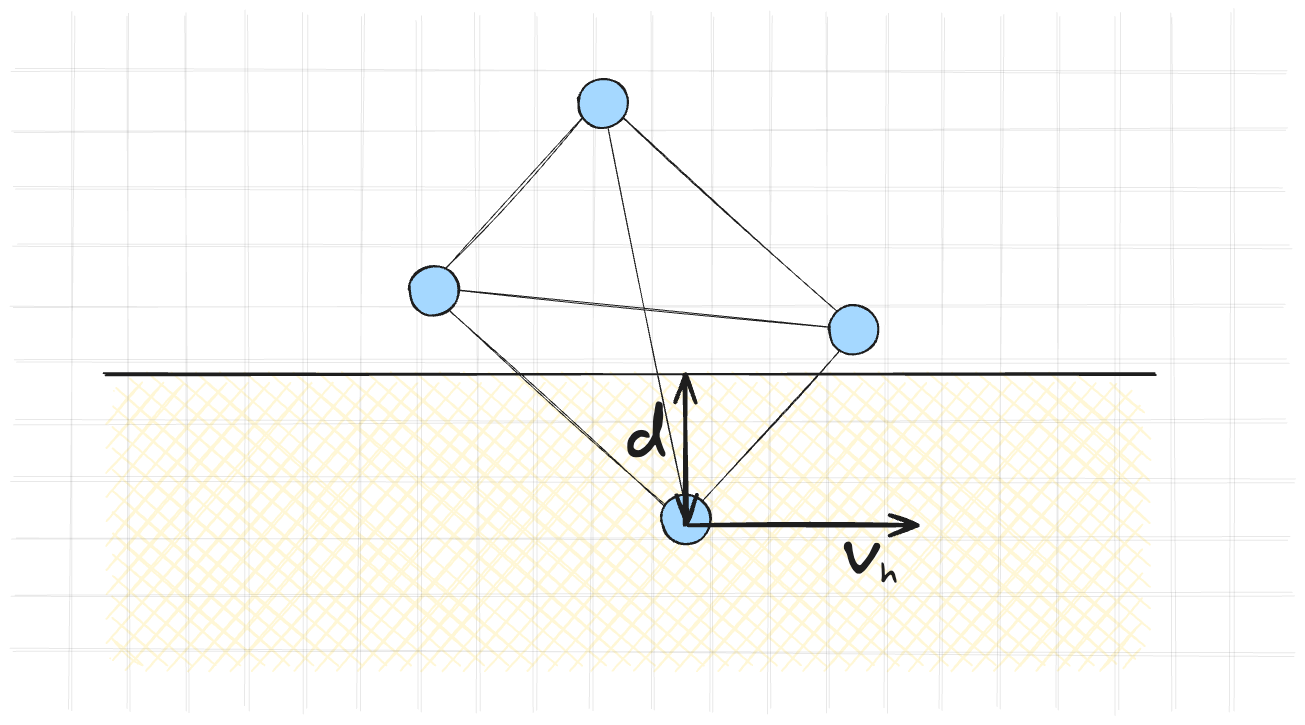
The Excalidraw diagram assets/images/constraints/hitman/friction.excalidraw.png in kozakromch/game_physics_2, before a commit. Source tidied: one line per element, renumbered; positions are measured from the earlier drawing's top-left corner, leaving out a move shared by most shapes. The source it was exported from:
```json
{"id": 0, "type": "rectangle", "strokeColor": "transparent", "backgroundColor": "#ffec99", "fillStyle": "cross-hatch", "strokeWidth": 4, "roughness": 2, "opacity": 40, "round": true, "x": 383, "y": 311, "width": 1036, "height": 288}
{"id": 1, "type": "line", "strokeColor": "#1e1e1e", "strokeWidth": 1, "roughness": 2, "opacity": 10, "round": true, "x": 290, "y": 0, "width": 1272, "height": 0, "points": [[0, 0], [1272, 0]]}
{"id": 2, "type": "line", "strokeColor": "#1e1e1e", "strokeWidth": 1, "roughness": 2, "opacity": 10, "round": true, "x": 290, "y": 349, "width": 1272, "height": 0, "points": [[0, 0], [1272, 0]]}
{"id": 3, "type": "line", "strokeColor": "#1e1e1e", "strokeWidth": 1, "roughness": 2, "opacity": 10, "round": true, "x": 290, "y": 58, "width": 1275, "height": 0, "points": [[0, 0], [1275, 0]]}
{"id": 4, "type": "line", "strokeColor": "#1e1e1e", "strokeWidth": 1, "roughness": 2, "opacity": 10, "round": true, "x": 290, "y": 407, "width": 1280, "height": 0, "points": [[0, 0], [1280, 0]]}
{"id": 5, "type": "line", "strokeColor": "#1e1e1e", "strokeWidth": 1, "roughness": 2, "opacity": 10, "round": true, "x": 290, "y": 117, "width": 1273, "height": 0, "points": [[0, 0], [1273, 0]]}
{"id": 6, "type": "line", "strokeColor": "#1e1e1e", "strokeWidth": 1, "roughness": 2, "opacity": 10, "round": true, "x": 290, "y": 464, "width": 1278, "height": 0, "points": [[0, 0], [1278, 0]]}
{"id": 7, "type": "line", "strokeColor": "#1e1e1e", "strokeWidth": 1, "roughness": 2, "opacity": 10, "round": true, "x": 290, "y": 174, "width": 1280, "height": 0, "points": [[0, 0], [1280, 0]]}
{"id": 8, "type": "line", "strokeColor": "#1e1e1e", "strokeWidth": 1, "roughness": 2, "opacity": 10, "round": true, "x": 289, "y": 522, "width": 1282, "height": 0, "points": [[0, 0], [1282, 0]]}
{"id": 9, "type": "line", "strokeColor": "#1e1e1e", "strokeWidth": 1, "roughness": 2, "opacity": 10, "round": true, "x": 290, "y": 233, "width": 1271, "height": 0, "points": [[0, 0], [1271, 0]]}
{"id": 10, "type": "line", "strokeColor": "#1e1e1e", "strokeWidth": 1, "roughness": 2, "opacity": 10, "round": true, "x": 290, "y": 580, "width": 1279, "height": 0, "points": [[0, 0], [1279, 0]]}
{"id": 11, "type": "line", "strokeColor": "#1e1e1e", "strokeWidth": 1, "roughness": 2, "opacity": 10, "round": true, "x": 291, "y": 290, "width": 1277, "height": 0, "points": [[0, 0], [1277, 0]]}
{"id": 12, "type": "line", "strokeColor": "#1e1e1e", "angle": 1.57, "strokeWidth": 1, "roughness": 2, "opacity": 10, "round": true, "x": 581, "y": 288, "width": 696, "height": 0, "points": [[0, 0], [696, 0]]}
{"id": 13, "type": "line", "strokeColor": "#1e1e1e", "angle": 1.57, "strokeWidth": 1, "roughness": 2, "opacity": 10, "round": true, "x": 233, "y": 290, "width": 696, "height": 0, "points": [[0, 0], [696, 0]]}
{"id": 14, "type": "line", "strokeColor": "#1e1e1e", "angle": 1.57, "strokeWidth": 1, "roughness": 2, "opacity": 10, "round": true, "x": 523, "y": 290, "width": 697, "height": 0, "points": [[0, 0], [697, 0]]}
{"id": 15, "type": "line", "strokeColor": "#1e1e1e", "angle": 1.57, "strokeWidth": 1, "roughness": 2, "opacity": 10, "round": true, "x": 174, "y": 290, "width": 697, "height": 0, "points": [[0, 0], [697, 0]]}
{"id": 16, "type": "line", "strokeColor": "#1e1e1e", "angle": 1.57, "strokeWidth": 1, "roughness": 2, "opacity": 10, "round": true, "x": 465, "y": 290, "width": 697, "height": 0, "points": [[0, 0], [697, 0]]}
{"id": 17, "type": "line", "strokeColor": "#1e1e1e", "angle": 1.57, "strokeWidth": 1, "roughness": 2, "opacity": 10, "round": true, "x": 116, "y": 290, "width": 697, "height": 0, "points": [[0, 0], [697, 0]]}
{"id": 18, "type": "line", "strokeColor": "#1e1e1e", "angle": 1.57, "strokeWidth": 1, "roughness": 2, "opacity": 10, "round": true, "x": 406, "y": 290, "width": 697, "height": 0, "points": [[0, 0], [697, 0]]}
{"id": 19, "type": "line", "strokeColor": "#1e1e1e", "angle": 1.57, "strokeWidth": 1, "roughness": 2, "opacity": 10, "round": true, "x": 58, "y": 290, "width": 697, "height": 0, "points": [[0, 0], [697, 0]]}
{"id": 20, "type": "line", "strokeColor": "#1e1e1e", "angle": 1.57, "strokeWidth": 1, "roughness": 2, "opacity": 10, "round": true, "x": 349, "y": 290, "width": 697, "height": 0, "points": [[0, 0], [697, 0]]}
{"id": 21, "type": "line", "strokeColor": "#1e1e1e", "angle": 1.57, "strokeWidth": 1, "roughness": 2, "opacity": 10, "round": true, "x": 0, "y": 290, "width": 697, "height": 0, "points": [[0, 0], [697, 0]]}
{"id": 22, "type": "line", "strokeColor": "#1e1e1e", "angle": 1.57, "strokeWidth": 1, "roughness": 2, "opacity": 10, "round": true, "x": 290, "y": 290, "width": 696, "height": 0, "points": [[0, 0], [696, 0]]}
{"id": 23, "type": "line", "strokeColor": "#1e1e1e", "angle": 1.57, "strokeWidth": 1, "roughness": 2, "opacity": 10, "round": true, "x": 639, "y": 290, "width": 697, "height": 0, "points": [[0, 0], [697, 0]]}
{"id": 24, "type": "line", "strokeColor": "#1e1e1e", "angle": 1.57, "strokeWidth": 1, "roughness": 2, "opacity": 10, "round": true, "x": 929, "y": 290, "width": 696, "height": 0, "points": [[0, 0], [696, 0]]}
{"id": 25, "type": "line", "strokeColor": "#1e1e1e", "angle": 1.57, "strokeWidth": 1, "roughness": 2, "opacity": 10, "round": true, "x": 871, "y": 290, "width": 697, "height": 0, "points": [[0, 0], [697, 0]]}
{"id": 26, "type": "line", "strokeColor": "#1e1e1e", "angle": 1.57, "strokeWidth": 1, "roughness": 2, "opacity": 10, "round": true, "x": 1161, "y": 290, "width": 697, "height": 0, "points": [[0, 0], [697, 0]]}
{"id": 27, "type": "line", "strokeColor": "#1e1e1e", "angle": 1.57, "strokeWidth": 1, "roughness": 2, "opacity": 10, "round": true, "x": 813, "y": 291, "width": 697, "height": 0, "points": [[0, 0], [697, 0]]}
{"id": 28, "type": "line", "strokeColor": "#1e1e1e", "angle": 1.57, "strokeWidth": 1, "roughness": 2, "opacity": 10, "round": true, "x": 1103, "y": 290, "width": 697, "height": 0, "points": [[0, 0], [697, 0]]}
{"id": 29, "type": "line", "strokeColor": "#1e1e1e", "angle": 1.57, "strokeWidth": 1, "roughness": 2, "opacity": 10, "round": true, "x": 755, "y": 290, "width": 697, "height": 0, "points": [[0, 0], [697, 0]]}
{"id": 30, "type": "line", "strokeColor": "#1e1e1e", "angle": 1.57, "strokeWidth": 1, "roughness": 2, "opacity": 10, "round": true, "x": 1045, "y": 291, "width": 697, "height": 0, "points": [[0, 0], [697, 0]]}
{"id": 31, "type": "line", "strokeColor": "#1e1e1e", "angle": 1.57, "strokeWidth": 1, "roughness": 2, "opacity": 10, "round": true, "x": 697, "y": 290, "width": 697, "height": 0, "points": [[0, 0], [697, 0]]}
{"id": 32, "type": "line", "strokeColor": "#1e1e1e", "angle": 1.57, "strokeWidth": 1, "roughness": 2, "opacity": 10, "round": true, "x": 987, "y": 290, "width": 696, "height": 0, "points": [[0, 0], [696, 0]]}
{"id": 33, "type": "rectangle", "strokeColor": "#1e1e1e", "angle": 5.45, "strokeWidth": 1, "roughness": 2, "x": 789, "y": 63, "width": 260, "height": 347}
{"id": 34, "type": "line", "strokeColor": "#1e1e1e", "strokeWidth": 2, "roughness": 1, "round": true, "x": 381, "y": 302, "width": 1052, "height": 0, "points": [[0, 0], [1052, 0]]}
{"id": 35, "type": "text", "text": "d", "strokeColor": "#1e1e1e", "strokeWidth": 2, "roughness": 1, "fontSize": 68.84, "fontFamily": 1, "x": 904, "y": 323, "width": 39, "height": 86}
{"id": 36, "type": "line", "strokeColor": "#1e1e1e", "angle": 4.84, "strokeWidth": 1, "roughness": 1, "x": 721, "y": 305, "width": 402, "height": 139, "points": [[0, 0], [402, -139]]}
{"id": 37, "type": "line", "strokeColor": "#1e1e1e", "angle": 4.84, "strokeWidth": 1, "roughness": 1, "x": 916, "y": 24, "width": 14, "height": 426, "points": [[0, 0], [14, 426]]}
{"id": 38, "type": "ellipse", "strokeColor": "#1e1e1e", "angle": 4.84, "backgroundColor": "#a5d8ff", "fillStyle": "solid", "strokeWidth": 2, "roughness": 1, "x": 1106, "y": 233, "width": 50, "height": 50}
{"id": 39, "type": "ellipse", "strokeColor": "#1e1e1e", "angle": 4.84, "backgroundColor": "#a5d8ff", "fillStyle": "solid", "strokeWidth": 2, "roughness": 1, "x": 938, "y": 422, "width": 50, "height": 50}
{"id": 40, "type": "ellipse", "strokeColor": "#1e1e1e", "angle": 4.84, "backgroundColor": "#a5d8ff", "fillStyle": "solid", "strokeWidth": 2, "roughness": 1, "x": 686, "y": 193, "width": 50, "height": 50}
{"id": 41, "type": "ellipse", "strokeColor": "#1e1e1e", "angle": 4.84, "backgroundColor": "#a5d8ff", "fillStyle": "solid", "strokeWidth": 2, "roughness": 1, "x": 855, "y": 6, "width": 50, "height": 50}
{"id": 42, "type": "arrow", "strokeColor": "#1e1e1e", "strokeWidth": 4, "roughness": 1, "startArrowhead": "arrow", "endArrowhead": "arrow", "round": true, "from": 0, "to": 33, "x": 962, "y": 303, "width": 0, "height": 149, "points": [[0, 0], [0, 149]]}
{"id": 43, "type": "arrow", "strokeColor": "#1e1e1e", "strokeWidth": 4, "roughness": 1, "endArrowhead": "arrow", "from": 33, "x": 965, "y": 453, "width": 230, "height": 0, "points": [[0, 0], [230, 0]]}
{"id": 44, "type": "text", "text": "v", "strokeColor": "#1e1e1e", "strokeWidth": 2, "roughness": 1, "fontSize": 68.84, "fontFamily": 1, "x": 1120, "y": 441, "width": 36, "height": 86}
{"id": 45, "type": "text", "text": "h", "strokeColor": "#1e1e1e", "strokeWidth": 2, "roughness": 1, "fontSize": 32.08, "fontFamily": 1, "x": 1158, "y": 481, "width": 16, "height": 40}
```
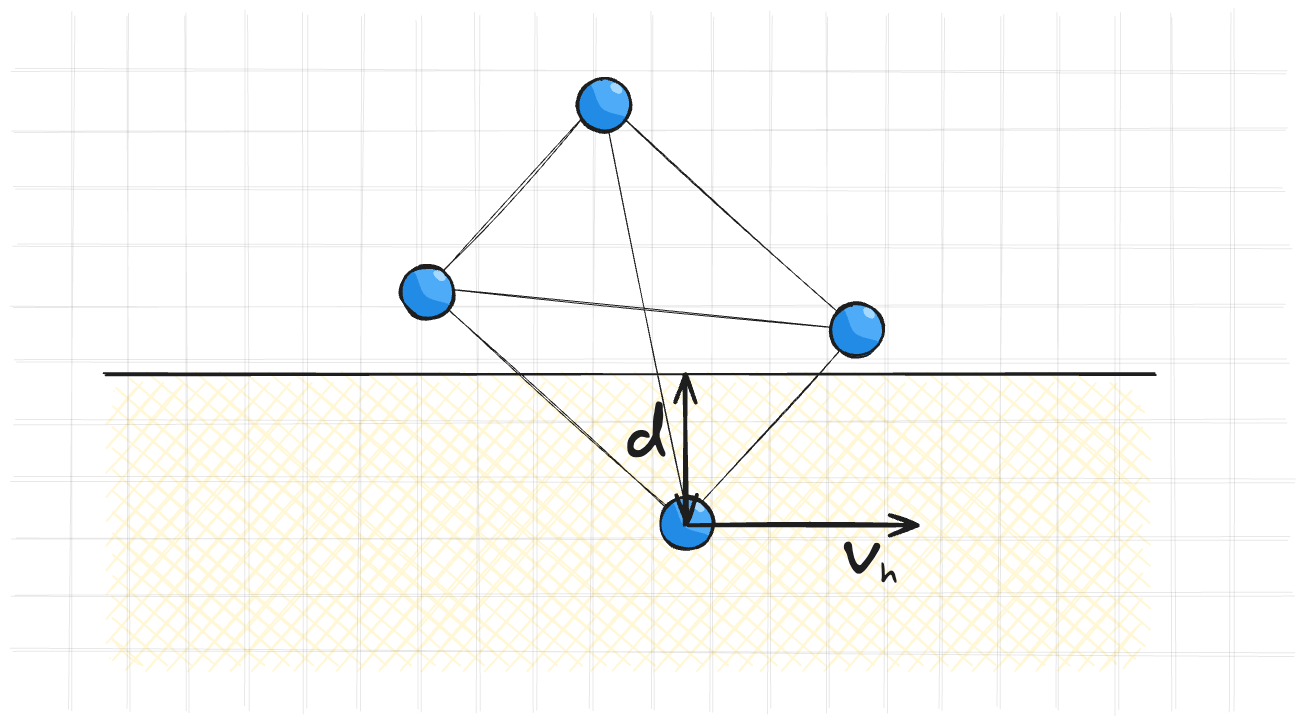
After the change.

What changed in the source:
```diff
@@ -36,11 +36,23 @@
 {"id": 35, "type": "text", "text": "d", "strokeColor": "#1e1e1e", "strokeWidth": 2, "roughness": 1, "fontSize": 68.84, "fontFamily": 1, "x": 904, "y": 323, "width": 39, "height": 86}
 {"id": 36, "type": "line", "strokeColor": "#1e1e1e", "angle": 4.84, "strokeWidth": 1, "roughness": 1, "x": 721, "y": 305, "width": 402, "height": 139, "points": [[0, 0], [402, -139]]}
 {"id": 37, "type": "line", "strokeColor": "#1e1e1e", "angle": 4.84, "strokeWidth": 1, "roughness": 1, "x": 916, "y": 24, "width": 14, "height": 426, "points": [[0, 0], [14, 426]]}
-{"id": 38, "type": "ellipse", "strokeColor": "#1e1e1e", "angle": 4.84, "backgroundColor": "#a5d8ff", "fillStyle": "solid", "strokeWidth": 2, "roughness": 1, "x": 1106, "y": 233, "width": 50, "height": 50}
-{"id": 39, "type": "ellipse", "strokeColor": "#1e1e1e", "angle": 4.84, "backgroundColor": "#a5d8ff", "fillStyle": "solid", "strokeWidth": 2, "roughness": 1, "x": 938, "y": 422, "width": 50, "height": 50}
-{"id": 40, "type": "ellipse", "strokeColor": "#1e1e1e", "angle": 4.84, "backgroundColor": "#a5d8ff", "fillStyle": "solid", "strokeWidth": 2, "roughness": 1, "x": 686, "y": 193, "width": 50, "height": 50}
-{"id": 41, "type": "ellipse", "strokeColor": "#1e1e1e", "angle": 4.84, "backgroundColor": "#a5d8ff", "fillStyle": "solid", "strokeWidth": 2, "roughness": 1, "x": 855, "y": 6, "width": 50, "height": 50}
+{"id": 46, "type": "ellipse", "strokeColor": "#1e1e1e", "angle": 4.84, "backgroundColor": "#4dabf7", "fillStyle": "solid", "strokeWidth": 2, "roughness": 1, "x": 937, "y": 424, "width": 54, "height": 54}
+{"id": 47, "type": "line", "strokeColor": "transparent", "angle": 0.53, "backgroundColor": "#228be6", "fillStyle": "solid", "strokeWidth": 1, "roughness": 0, "round": true, "x": 956, "y": 476, "width": 53, "height": 36, "points": [[0, 0], [-9, -2], [-16, -8], [-21, -16], [-23, -27], [-18, -36], [3, -22], [26, -26], [30, -23], [27, -13], [21, -6], [12, -1], [0, 0]]}
+{"id": 48, "type": "ellipse", "strokeColor": "#a5d8ff", "angle": 0.7, "backgroundColor": "#a5d8ff", "fillStyle": "solid", "strokeWidth": 1, "roughness": 1, "round": true, "x": 969, "y": 431, "width": 12, "height": 7}
+{"id": 49, "type": "ellipse", "strokeColor": "#1e1e1e", "strokeWidth": 2, "roughness": 1, "round": true, "x": 937, "y": 425, "width": 54, "height": 52}
 {"id": 42, "type": "arrow", "strokeColor": "#1e1e1e", "strokeWidth": 4, "roughness": 1, "startArrowhead": "arrow", "endArrowhead": "arrow", "round": true, "from": 0, "to": 33, "x": 962, "y": 303, "width": 0, "height": 149, "points": [[0, 0], [0, 149]]}
 {"id": 43, "type": "arrow", "strokeColor": "#1e1e1e", "strokeWidth": 4, "roughness": 1, "endArrowhead": "arrow", "from": 33, "x": 965, "y": 453, "width": 230, "height": 0, "points": [[0, 0], [230, 0]]}
 {"id": 44, "type": "text", "text": "v", "strokeColor": "#1e1e1e", "strokeWidth": 2, "roughness": 1, "fontSize": 68.84, "fontFamily": 1, "x": 1120, "y": 441, "width": 36, "height": 86}
 {"id": 45, "type": "text", "text": "h", "strokeColor": "#1e1e1e", "strokeWidth": 2, "roughness": 1, "fontSize": 32.08, "fontFamily": 1, "x": 1158, "y": 481, "width": 16, "height": 40}
+{"id": 50, "type": "ellipse", "strokeColor": "#1e1e1e", "angle": 4.84, "backgroundColor": "#4dabf7", "fillStyle": "solid", "strokeWidth": 2, "roughness": 1, "x": 678, "y": 194, "width": 54, "height": 54}
+{"id": 51, "type": "line", "strokeColor": "transparent", "angle": 0.53, "backgroundColor": "#228be6", "fillStyle": "solid", "strokeWidth": 1, "roughness": 0, "round": true, "x": 697, "y": 245, "width": 53, "height": 36, "points": [[0, 0], [-9, -2], [-16, -8], [-21, -16], [-23, -27], [-18, -36], [3, -22], [26, -26], [30, -23], [27, -13], [21, -6], [12, -1], [0, 0]]}
+{"id": 52, "type": "ellipse", "strokeColor": "#a5d8ff", "angle": 0.7, "backgroundColor": "#a5d8ff", "fillStyle": "solid", "strokeWidth": 1, "roughness": 1, "round": true, "x": 710, "y": 200, "width": 12, "height": 7}
+{"id": 53, "type": "ellipse", "strokeColor": "#1e1e1e", "strokeWidth": 2, "roughness": 1, "round": true, "x": 678, "y": 194, "width": 54, "height": 52}
+{"id": 54, "type": "ellipse", "strokeColor": "#1e1e1e", "angle": 4.84, "backgroundColor": "#4dabf7", "fillStyle": "solid", "strokeWidth": 2, "roughness": 1, "x": 854, "y": 6, "width": 54, "height": 54}
+{"id": 55, "type": "line", "strokeColor": "transparent", "angle": 0.53, "backgroundColor": "#228be6", "fillStyle": "solid", "strokeWidth": 1, "roughness": 0, "round": true, "x": 874, "y": 58, "width": 53, "height": 36, "points": [[0, 0], [-9, -2], [-16, -8], [-21, -16], [-23, -27], [-18, -36], [3, -22], [26, -26], [30, -23], [27, -13], [21, -6], [12, -1], [0, 0]]}
+{"id": 56, "type": "ellipse", "strokeColor": "#a5d8ff", "angle": 0.7, "backgroundColor": "#a5d8ff", "fillStyle": "solid", "strokeWidth": 1, "roughness": 1, "round": true, "x": 887, "y": 13, "width": 12, "height": 7}
+{"id": 57, "type": "ellipse", "strokeColor": "#1e1e1e", "strokeWidth": 2, "roughness": 1, "round": true, "x": 854, "y": 7, "width": 54, "height": 52}
+{"id": 58, "type": "ellipse", "strokeColor": "#1e1e1e", "angle": 4.84, "backgroundColor": "#4dabf7", "fillStyle": "solid", "strokeWidth": 2, "roughness": 1, "x": 1107, "y": 231, "width": 54, "height": 54}
+{"id": 59, "type": "line", "strokeColor": "transparent", "angle": 0.53, "backgroundColor": "#228be6", "fillStyle": "solid", "strokeWidth": 1, "roughness": 0, "round": true, "x": 1127, "y": 283, "width": 53, "height": 36, "points": [[0, 0], [-9, -2], [-16, -8], [-21, -16], [-23, -27], [-18, -36], [3, -22], [26, -26], [30, -23], [27, -13], [21, -6], [12, -1], [0, 0]]}
+{"id": 60, "type": "ellipse", "strokeColor": "#a5d8ff", "angle": 0.7, "backgroundColor": "#a5d8ff", "fillStyle": "solid", "strokeWidth": 1, "roughness": 1, "round": true, "x": 1140, "y": 237, "width": 12, "height": 7}
+{"id": 61, "type": "ellipse", "strokeColor": "#1e1e1e", "strokeWidth": 2, "roughness": 1, "round": true, "x": 1107, "y": 231, "width": 54, "height": 52}
```
